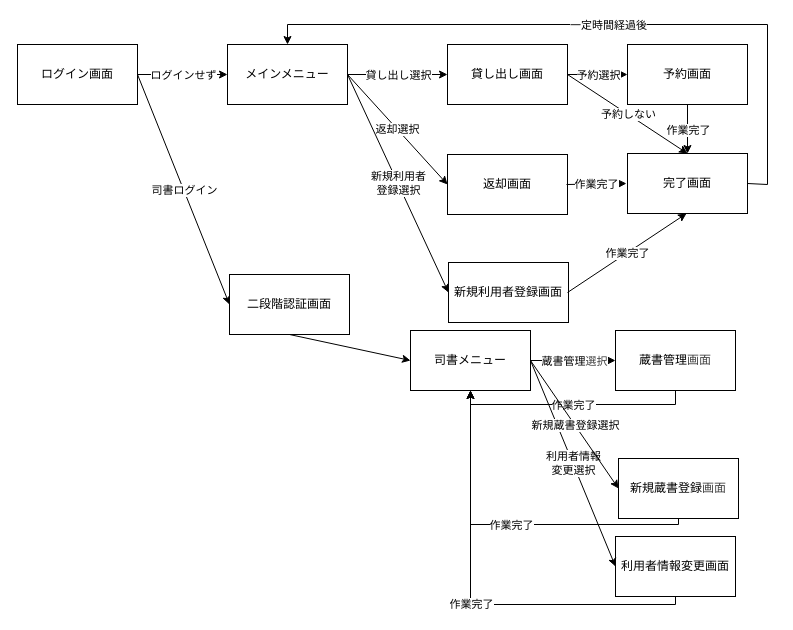
lc-lor-lcb/liblary keeps this draw.io diagram as 画面遷移/libiaiy_画面遷移図.drawio. Above is the earlier version. Source tidied: cells renumbered, new cells numbered last; positions are measured from the earlier drawing's top-left corner, leaving out a move shared by most shapes. Both pictures are drawn from the tidied source at 100%, with x=0, y=0 at pixel (17, 24).
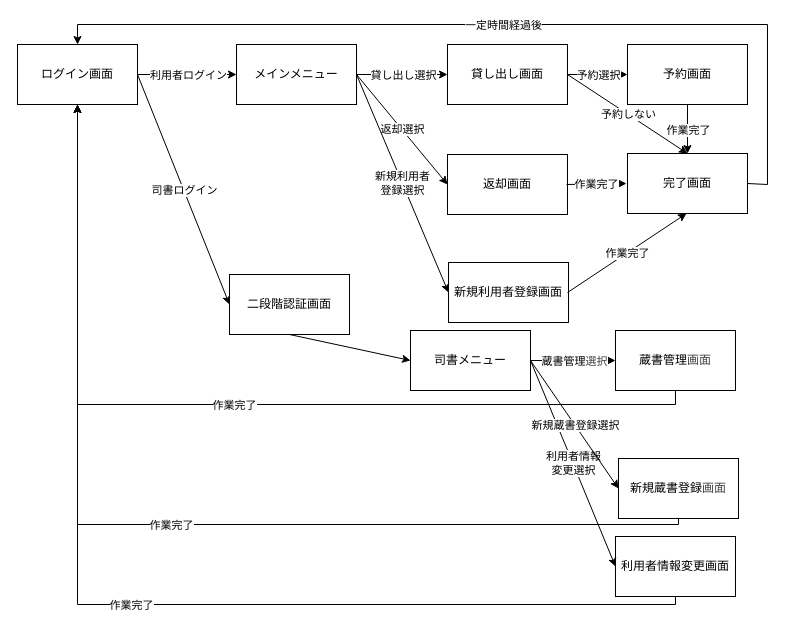
The same diagram, later.

Unchanged cells that the change refers to:
```xml
<mxCell id="2" value="ログイン画面" style="rounded=0;whiteSpace=wrap;html=1;" parent="1" vertex="1">
  <mxGeometry y="20" width="120" height="60" as="geometry" />
</mxCell>
<mxCell id="4" value="司書メニュー" style="rounded=0;whiteSpace=wrap;html=1;" parent="1" vertex="1">
  <mxGeometry x="393" y="306" width="120" height="60" as="geometry" />
</mxCell>
<mxCell id="6" value="蔵書管理&lt;span style=&quot;color: rgb(63, 63, 63); background-color: transparent;&quot;&gt;画面&lt;/span&gt;" style="rounded=0;whiteSpace=wrap;html=1;" parent="1" vertex="1">
  <mxGeometry x="598" y="306" width="120" height="60" as="geometry" />
</mxCell>
<mxCell id="10" style="endArrow=classic;html=1;rounded=0;exitX=1;exitY=0.5;exitDx=0;exitDy=0;entryX=0;entryY=0.5;entryDx=0;entryDy=0;" parent="1" edge="1" source="2" target="3">
  <mxGeometry relative="1" as="geometry" />
</mxCell>
<mxCell id="30" value="完了画面" style="rounded=0;whiteSpace=wrap;html=1;" parent="1" vertex="1">
  <mxGeometry x="610" y="129" width="120" height="60" as="geometry" />
</mxCell>
<mxCell id="40" value="利用者情報変更画面" style="rounded=0;whiteSpace=wrap;html=1;" parent="1" vertex="1">
  <mxGeometry x="598" y="512" width="120" height="60" as="geometry" />
</mxCell>
<mxCell id="45" value="新規蔵書登録&lt;span style=&quot;color: rgb(63, 63, 63); background-color: transparent;&quot;&gt;画面&lt;/span&gt;" style="rounded=0;whiteSpace=wrap;html=1;" parent="1" vertex="1">
  <mxGeometry x="601" y="434" width="120" height="60" as="geometry" />
</mxCell>
```

Diff of the diagram source:
```diff
@@
     <mxCell id="3" value="メインメニュー" style="rounded=0;whiteSpace=wrap;html=1;" parent="1" vertex="1">
-      <mxGeometry x="210" y="20" width="120" height="60" as="geometry" />
+      <mxGeometry x="219" y="20" width="120" height="60" as="geometry" />
     </mxCell>
@@
-    <mxCell id="11" value="ログインせず" style="edgeLabel;html=1;align=center;verticalAlign=middle;" parent="10" vertex="1">
+    <mxCell id="11" value="利用者ログイン" style="edgeLabel;html=1;align=center;verticalAlign=middle;" parent="10" vertex="1">
       <mxGeometry relative="1" as="geometry" />
     </mxCell>
@@
-    <mxCell id="35" style="endArrow=classic;html=1;rounded=0;exitX=1;exitY=0.5;exitDx=0;exitDy=0;entryX=0.5;entryY=0;entryDx=0;entryDy=0;" parent="1" edge="1" source="30" target="3">
+    <mxCell id="35" style="endArrow=classic;html=1;rounded=0;exitX=1;exitY=0.5;exitDx=0;exitDy=0;entryX=0.5;entryY=0;entryDx=0;entryDy=0;" parent="1" edge="1" source="30" target="2">
       <mxGeometry relative="1" as="geometry">
         <Array as="points">
           <mxPoint x="750" y="160" />
           <mxPoint x="750" />
-          <mxPoint x="270" />
+          <mxPoint x="60" />
         </Array>
       </mxGeometry>
     </mxCell>
@@
-    <mxCell id="37" style="endArrow=classic;html=1;rounded=0;entryX=0.5;entryY=1;entryDx=0;entryDy=0;exitX=0.5;exitY=1;exitDx=0;exitDy=0;" parent="1" edge="1" source="6" target="4">
+    <mxCell id="37" style="endArrow=classic;html=1;rounded=0;entryX=0.5;entryY=1;entryDx=0;entryDy=0;exitX=0.5;exitY=1;exitDx=0;exitDy=0;" parent="1" edge="1" source="6" target="2">
       <mxGeometry relative="1" as="geometry">
         <Array as="points">
           <mxPoint x="658" y="380" />
-          <mxPoint x="453" y="380" />
+          <mxPoint x="60" y="380" />
         </Array>
       </mxGeometry>
     </mxCell>
@@
-    <mxCell id="41" style="endArrow=classic;html=1;rounded=0;exitX=0.5;exitY=1;exitDx=0;exitDy=0;entryX=0.5;entryY=1;entryDx=0;entryDy=0;" parent="1" edge="1" source="40" target="4">
+    <mxCell id="41" style="endArrow=classic;html=1;rounded=0;exitX=0.5;exitY=1;exitDx=0;exitDy=0;entryX=0.5;entryY=1;entryDx=0;entryDy=0;" parent="1" edge="1" source="40" target="2">
       <mxGeometry relative="1" as="geometry">
         <Array as="points">
           <mxPoint x="658" y="580" />
-          <mxPoint x="453" y="580" />
+          <mxPoint x="60" y="580" />
         </Array>
       </mxGeometry>
     </mxCell>
@@
-    <mxCell id="46" style="endArrow=classic;html=1;rounded=0;exitX=0.5;exitY=1;exitDx=0;exitDy=0;entryX=0.5;entryY=1;entryDx=0;entryDy=0;" parent="1" edge="1" source="45" target="4">
+    <mxCell id="46" style="endArrow=classic;html=1;rounded=0;exitX=0.5;exitY=1;exitDx=0;exitDy=0;entryX=0.5;entryY=1;entryDx=0;entryDy=0;" parent="1" edge="1" source="45" target="2">
       <mxGeometry relative="1" as="geometry">
         <Array as="points">
           <mxPoint x="661" y="500" />
-          <mxPoint x="453" y="500" />
+          <mxPoint x="60" y="500" />
         </Array>
       </mxGeometry>
     </mxCell>
```
